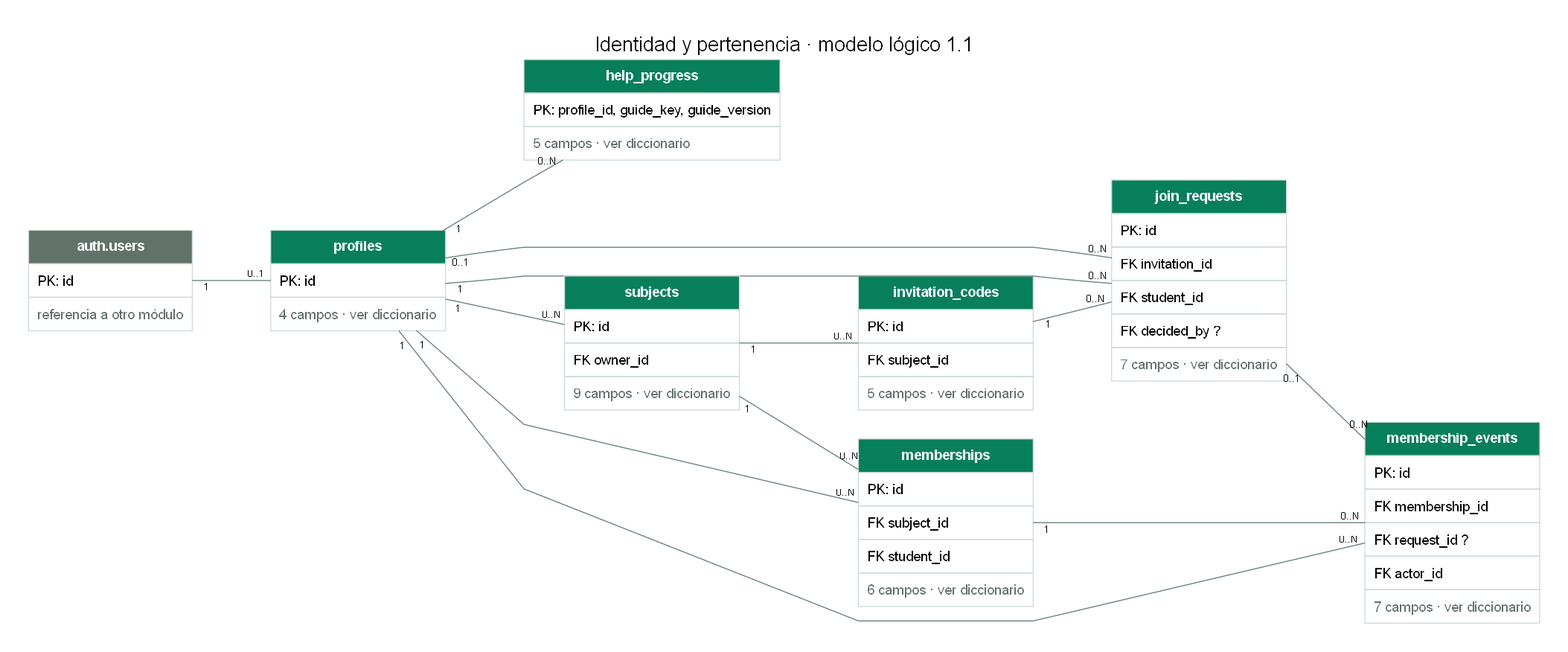
The Graphviz diagram docs/modelado/diagramas/01-identidad.png in CubeFreaKLab/aulify, before a commit. Its source is kept beside it as docs/modelado/diagramas/01-identidad.dot.
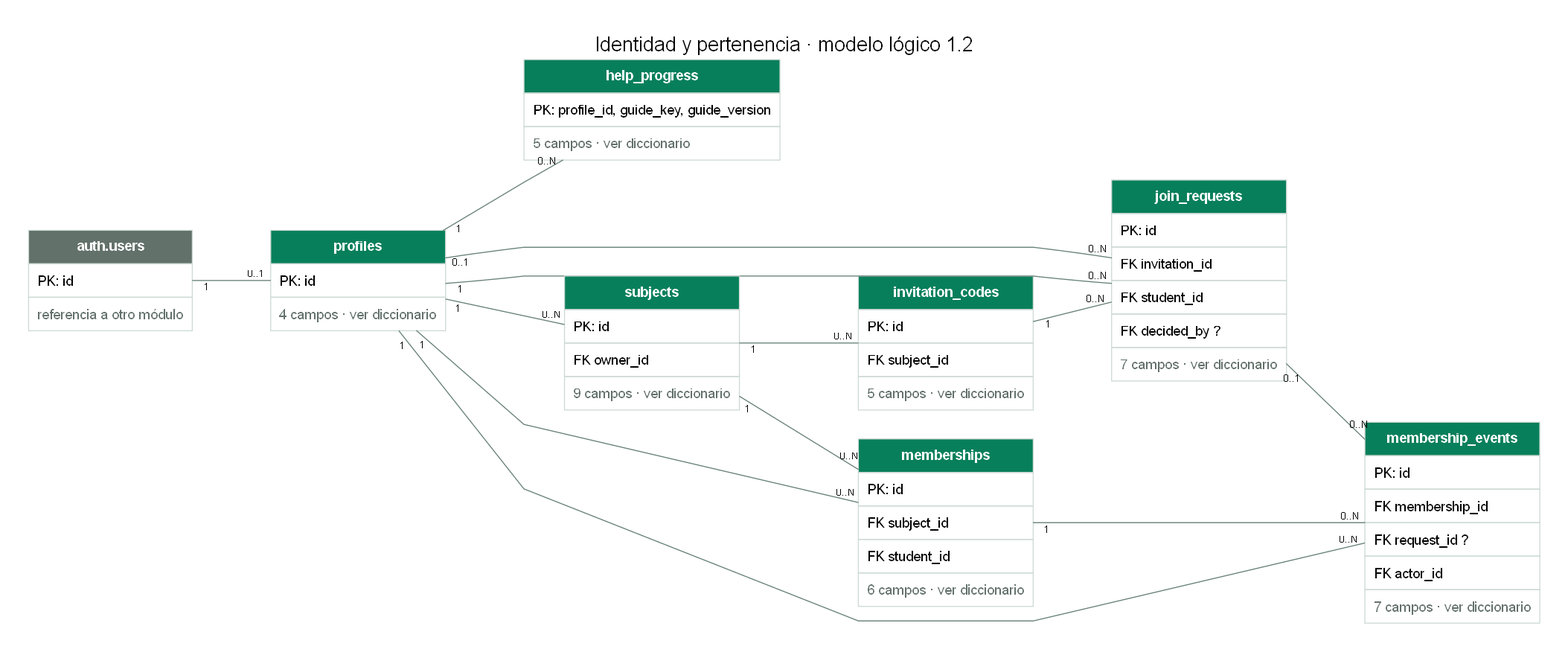
After the change.

The edit, as a diff of the source:
```diff
@@ -1,5 +1,5 @@
 digraph modelo {
-graph [rankdir=LR, bgcolor="#ffffff", pad=0.4, nodesep=0.4, ranksep=1.1, splines=polyline, fontname="Arial", fontsize=20, labelloc=t, label="Identidad y pertenencia · modelo lógico 1.1"];
+graph [rankdir=LR, bgcolor="#ffffff", pad=0.4, nodesep=0.4, ranksep=1.1, splines=polyline, fontname="Arial", fontsize=20, labelloc=t, label="Identidad y pertenencia · modelo lógico 1.2"];
 node [shape=plain, fontname="Arial"];
 edge [fontname="Arial", fontsize=10, color="#668076", arrowsize=0.6];
 "auth.users" [label=<<TABLE BORDER="0" CELLBORDER="1" CELLSPACING="0" CELLPADDING="8" COLOR="#CDDAD4"><TR><TD BGCOLOR="#63716B"><FONT COLOR="white"><B>auth.users</B></FONT></TD></TR><TR><TD ALIGN="LEFT">PK: id</TD></TR><TR><TD><FONT COLOR="#63716B">referencia a otro módulo</FONT></TD></TR></TABLE>>];
```
